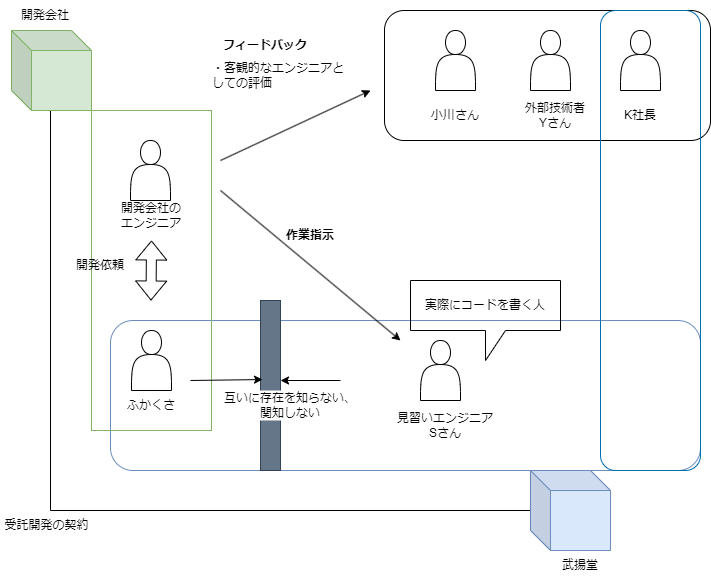
Above: 提案概要.drawio.png in buyodo/webgis-doc (draw.io), before the change. Source tidied: cells renumbered, new cells last; positions are measured from the earlier drawing's top-left corner, leaving out a move shared by most shapes.
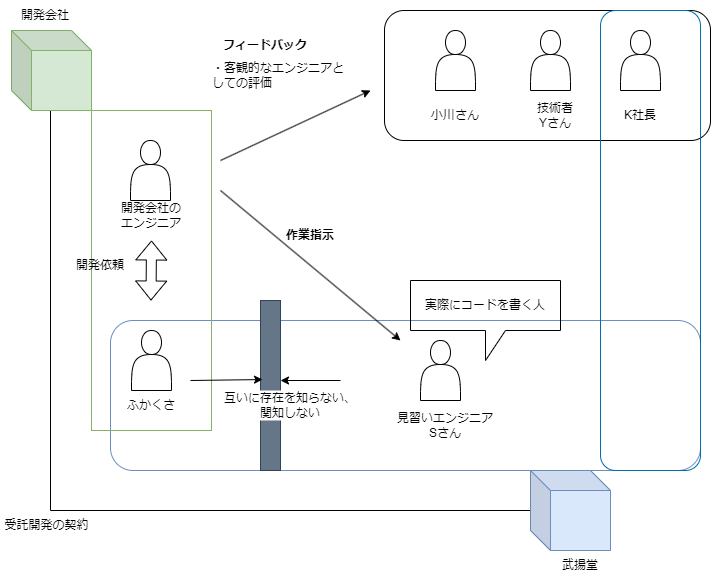
After the change.

Commit message:
提案概要.drawio.png を更新します

Change to the diagram source:
```diff
@@ -80,7 +80,7 @@
     <mxCell id="24" value="小川さん" style="text;html=1;strokeColor=none;fillColor=none;align=center;verticalAlign=middle;whiteSpace=wrap;rounded=0;" parent="1" vertex="1">
       <mxGeometry x="425" y="100" width="60" height="30" as="geometry" />
     </mxCell>
-    <mxCell id="25" value="外部技術者&lt;br&gt;Yさん" style="text;html=1;strokeColor=none;fillColor=none;align=center;verticalAlign=middle;whiteSpace=wrap;rounded=0;" parent="1" vertex="1">
+    <mxCell id="25" value="技術者&lt;br&gt;Yさん" style="text;html=1;strokeColor=none;fillColor=none;align=center;verticalAlign=middle;whiteSpace=wrap;rounded=0;" parent="1" vertex="1">
       <mxGeometry x="520" y="100" width="70" height="30" as="geometry" />
     </mxCell>
     <mxCell id="26" value="K社長" style="text;html=1;strokeColor=none;fillColor=none;align=center;verticalAlign=middle;whiteSpace=wrap;rounded=0;" parent="1" vertex="1">
```
